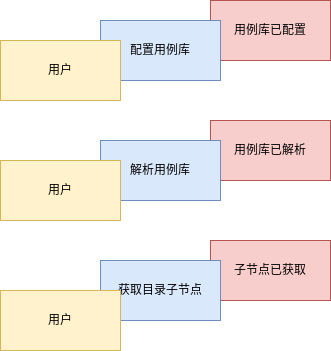
This is DDD/tree.drawio.png from muxicode/c153080686, a draw.io export, as it was before one commit. Source tidied: cells renumbered, new cells last; positions are measured from the earlier drawing's top-left corner, leaving out a move shared by most shapes.
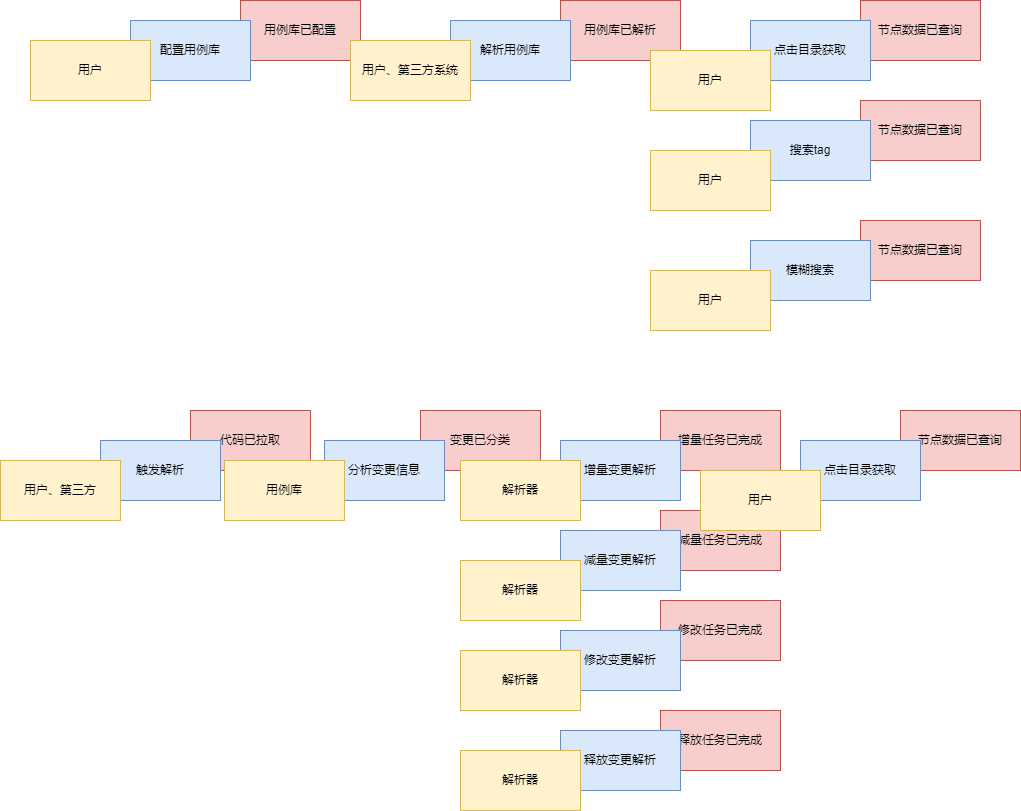
Above is the later version.

Diff of the diagram source:
```diff
@@ -3,31 +3,112 @@
     <mxCell id="0" />
     <mxCell id="1" parent="0" />
     <mxCell id="2" value="用例库已配置" style="rounded=0;whiteSpace=wrap;html=1;fillColor=#f8cecc;strokeColor=#b85450;" parent="1" vertex="1">
-      <mxGeometry x="210" width="120" height="60" as="geometry" />
+      <mxGeometry x="190" width="120" height="60" as="geometry" />
     </mxCell>
     <mxCell id="3" value="用例库已解析" style="rounded=0;whiteSpace=wrap;html=1;fillColor=#f8cecc;strokeColor=#b85450;" parent="1" vertex="1">
-      <mxGeometry x="210" y="120" width="120" height="60" as="geometry" />
+      <mxGeometry x="510" width="120" height="60" as="geometry" />
     </mxCell>
     <mxCell id="4" value="配置用例库" style="rounded=0;whiteSpace=wrap;html=1;fillColor=#dae8fc;strokeColor=#6c8ebf;" parent="1" vertex="1">
-      <mxGeometry x="100" y="20" width="120" height="60" as="geometry" />
+      <mxGeometry x="80" y="20" width="120" height="60" as="geometry" />
     </mxCell>
     <mxCell id="5" value="解析用例库" style="rounded=0;whiteSpace=wrap;html=1;fillColor=#dae8fc;strokeColor=#6c8ebf;" parent="1" vertex="1">
-      <mxGeometry x="100" y="140" width="120" height="60" as="geometry" />
+      <mxGeometry x="400" y="20" width="120" height="60" as="geometry" />
     </mxCell>
     <mxCell id="6" value="用户" style="rounded=0;whiteSpace=wrap;html=1;fillColor=#fff2cc;strokeColor=#d6b656;" parent="1" vertex="1">
-      <mxGeometry y="40" width="120" height="60" as="geometry" />
+      <mxGeometry x="-20" y="40" width="120" height="60" as="geometry" />
     </mxCell>
-    <mxCell id="7" value="用户" style="rounded=0;whiteSpace=wrap;html=1;fillColor=#fff2cc;strokeColor=#d6b656;" parent="1" vertex="1">
-      <mxGeometry y="160" width="120" height="60" as="geometry" />
+    <mxCell id="7" value="用户、第三方系统" style="rounded=0;whiteSpace=wrap;html=1;fillColor=#fff2cc;strokeColor=#d6b656;" parent="1" vertex="1">
+      <mxGeometry x="300" y="40" width="120" height="60" as="geometry" />
     </mxCell>
-    <mxCell id="8" value="子节点已获取" style="rounded=0;whiteSpace=wrap;html=1;fillColor=#f8cecc;strokeColor=#b85450;" parent="1" vertex="1">
-      <mxGeometry x="210" y="240" width="120" height="60" as="geometry" />
+    <mxCell id="8" value="节点数据已查询" style="rounded=0;whiteSpace=wrap;html=1;fillColor=#f8cecc;strokeColor=#b85450;" parent="1" vertex="1">
+      <mxGeometry x="810" width="120" height="60" as="geometry" />
     </mxCell>
-    <mxCell id="9" value="获取目录子节点" style="rounded=0;whiteSpace=wrap;html=1;fillColor=#dae8fc;strokeColor=#6c8ebf;" parent="1" vertex="1">
-      <mxGeometry x="100" y="260" width="120" height="60" as="geometry" />
+    <mxCell id="9" value="点击目录获取" style="rounded=0;whiteSpace=wrap;html=1;fillColor=#dae8fc;strokeColor=#6c8ebf;" parent="1" vertex="1">
+      <mxGeometry x="700" y="20" width="120" height="60" as="geometry" />
     </mxCell>
     <mxCell id="10" value="用户" style="rounded=0;whiteSpace=wrap;html=1;fillColor=#fff2cc;strokeColor=#d6b656;" parent="1" vertex="1">
-      <mxGeometry y="290" width="120" height="60" as="geometry" />
+      <mxGeometry x="600" y="50" width="120" height="60" as="geometry" />
     </mxCell>
+    <mxCell id="11" value="节点数据已查询" style="rounded=0;whiteSpace=wrap;html=1;fillColor=#f8cecc;strokeColor=#b85450;" parent="1" vertex="1">
+      <mxGeometry x="810" y="100" width="120" height="60" as="geometry" />
+    </mxCell>
+    <mxCell id="12" value="搜索tag" style="rounded=0;whiteSpace=wrap;html=1;fillColor=#dae8fc;strokeColor=#6c8ebf;" parent="1" vertex="1">
+      <mxGeometry x="700" y="120" width="120" height="60" as="geometry" />
+    </mxCell>
+    <mxCell id="13" value="用户" style="rounded=0;whiteSpace=wrap;html=1;fillColor=#fff2cc;strokeColor=#d6b656;" parent="1" vertex="1">
+      <mxGeometry x="600" y="150" width="120" height="60" as="geometry" />
+    </mxCell>
+    <mxCell id="14" value="节点数据已查询" style="rounded=0;whiteSpace=wrap;html=1;fillColor=#f8cecc;strokeColor=#b85450;" parent="1" vertex="1">
+      <mxGeometry x="810" y="220" width="120" height="60" as="geometry" />
+    </mxCell>
+    <mxCell id="15" value="模糊搜索" style="rounded=0;whiteSpace=wrap;html=1;fillColor=#dae8fc;strokeColor=#6c8ebf;" parent="1" vertex="1">
+      <mxGeometry x="700" y="240" width="120" height="60" as="geometry" />
+    </mxCell>
+    <mxCell id="16" value="用户" style="rounded=0;whiteSpace=wrap;html=1;fillColor=#fff2cc;strokeColor=#d6b656;" parent="1" vertex="1">
+      <mxGeometry x="600" y="270" width="120" height="60" as="geometry" />
+    </mxCell>
+    <mxCell id="17" value="变更已分类" style="rounded=0;whiteSpace=wrap;html=1;fillColor=#f8cecc;strokeColor=#b85450;" parent="1" vertex="1">
+      <mxGeometry x="370" y="410" width="120" height="60" as="geometry" />
+    </mxCell>
+    <mxCell id="18" value="代码已拉取" style="rounded=0;whiteSpace=wrap;html=1;fillColor=#f8cecc;strokeColor=#b85450;" parent="1" vertex="1">
+      <mxGeometry x="140" y="410" width="120" height="60" as="geometry" />
+    </mxCell>
+    <mxCell id="19" value="增量任务已完成" style="rounded=0;whiteSpace=wrap;html=1;fillColor=#f8cecc;strokeColor=#b85450;" parent="1" vertex="1">
+      <mxGeometry x="610" y="410" width="120" height="60" as="geometry" />
+    </mxCell>
+    <mxCell id="20" value="减量任务已完成" style="rounded=0;whiteSpace=wrap;html=1;fillColor=#f8cecc;strokeColor=#b85450;" parent="1" vertex="1">
+      <mxGeometry x="610" y="510" width="120" height="60" as="geometry" />
+    </mxCell>
+    <mxCell id="21" value="修改任务已完成" style="rounded=0;whiteSpace=wrap;html=1;fillColor=#f8cecc;strokeColor=#b85450;" parent="1" vertex="1">
+      <mxGeometry x="610" y="600" width="120" height="60" as="geometry" />
+    </mxCell>
+    <mxCell id="22" value="释放任务已完成" style="rounded=0;whiteSpace=wrap;html=1;fillColor=#f8cecc;strokeColor=#b85450;" parent="1" vertex="1">
+      <mxGeometry x="610" y="710" width="120" height="60" as="geometry" />
+    </mxCell>
+    <mxCell id="23" value="节点数据已查询" style="rounded=0;whiteSpace=wrap;html=1;fillColor=#f8cecc;strokeColor=#b85450;" parent="1" vertex="1">
+      <mxGeometry x="850" y="410" width="120" height="60" as="geometry" />
+    </mxCell>
+    <mxCell id="24" value="触发解析" style="rounded=0;whiteSpace=wrap;html=1;fillColor=#dae8fc;strokeColor=#6c8ebf;" parent="1" vertex="1">
+      <mxGeometry x="50" y="440" width="120" height="60" as="geometry" />
+    </mxCell>
+    <mxCell id="25" value="用户、第三方" style="rounded=0;whiteSpace=wrap;html=1;fillColor=#fff2cc;strokeColor=#d6b656;" parent="1" vertex="1">
+      <mxGeometry x="-50" y="460" width="120" height="60" as="geometry" />
+    </mxCell>
+    <mxCell id="26" value="分析变更信息" style="rounded=0;whiteSpace=wrap;html=1;fillColor=#dae8fc;strokeColor=#6c8ebf;" parent="1" vertex="1">
+      <mxGeometry x="274" y="440" width="120" height="60" as="geometry" />
+    </mxCell>
+    <mxCell id="27" value="用例库" style="rounded=0;whiteSpace=wrap;html=1;fillColor=#fff2cc;strokeColor=#d6b656;" parent="1" vertex="1">
+      <mxGeometry x="174" y="460" width="120" height="60" as="geometry" />
+    </mxCell>
+    <mxCell id="28" value="增量变更解析" style="rounded=0;whiteSpace=wrap;html=1;fillColor=#dae8fc;strokeColor=#6c8ebf;" parent="1" vertex="1">
+      <mxGeometry x="510" y="440" width="120" height="60" as="geometry" />
+    </mxCell>
+    <mxCell id="29" value="解析器" style="rounded=0;whiteSpace=wrap;html=1;fillColor=#fff2cc;strokeColor=#d6b656;" parent="1" vertex="1">
+      <mxGeometry x="410" y="460" width="120" height="60" as="geometry" />
+    </mxCell>
+    <mxCell id="30" value="减量变更解析" style="rounded=0;whiteSpace=wrap;html=1;fillColor=#dae8fc;strokeColor=#6c8ebf;" parent="1" vertex="1">
+      <mxGeometry x="510" y="530" width="120" height="60" as="geometry" />
+    </mxCell>
+    <mxCell id="31" value="修改变更解析" style="rounded=0;whiteSpace=wrap;html=1;fillColor=#dae8fc;strokeColor=#6c8ebf;" parent="1" vertex="1">
+      <mxGeometry x="510" y="630" width="120" height="60" as="geometry" />
+    </mxCell>
+    <mxCell id="32" value="释放变更解析" style="rounded=0;whiteSpace=wrap;html=1;fillColor=#dae8fc;strokeColor=#6c8ebf;" parent="1" vertex="1">
+      <mxGeometry x="510" y="730" width="120" height="60" as="geometry" />
+    </mxCell>
+    <mxCell id="33" value="解析器" style="rounded=0;whiteSpace=wrap;html=1;fillColor=#fff2cc;strokeColor=#d6b656;" parent="1" vertex="1">
+      <mxGeometry x="410" y="560" width="120" height="60" as="geometry" />
+    </mxCell>
+    <mxCell id="34" value="解析器" style="rounded=0;whiteSpace=wrap;html=1;fillColor=#fff2cc;strokeColor=#d6b656;" parent="1" vertex="1">
+      <mxGeometry x="410" y="650" width="120" height="60" as="geometry" />
+    </mxCell>
+    <mxCell id="35" value="解析器" style="rounded=0;whiteSpace=wrap;html=1;fillColor=#fff2cc;strokeColor=#d6b656;" parent="1" vertex="1">
+      <mxGeometry x="410" y="750" width="120" height="60" as="geometry" />
+    </mxCell>
+    <mxCell id="36" value="点击目录获取" style="rounded=0;whiteSpace=wrap;html=1;fillColor=#dae8fc;strokeColor=#6c8ebf;" parent="1" vertex="1">
+      <mxGeometry x="750" y="440" width="120" height="60" as="geometry" />
+    </mxCell>
+    <mxCell id="37" value="用户" style="rounded=0;whiteSpace=wrap;html=1;fillColor=#fff2cc;strokeColor=#d6b656;" parent="1" vertex="1">
+      <mxGeometry x="650" y="470" width="120" height="60" as="geometry" />
+    </mxCell>
   </root>
 </mxGraphModel>
```
